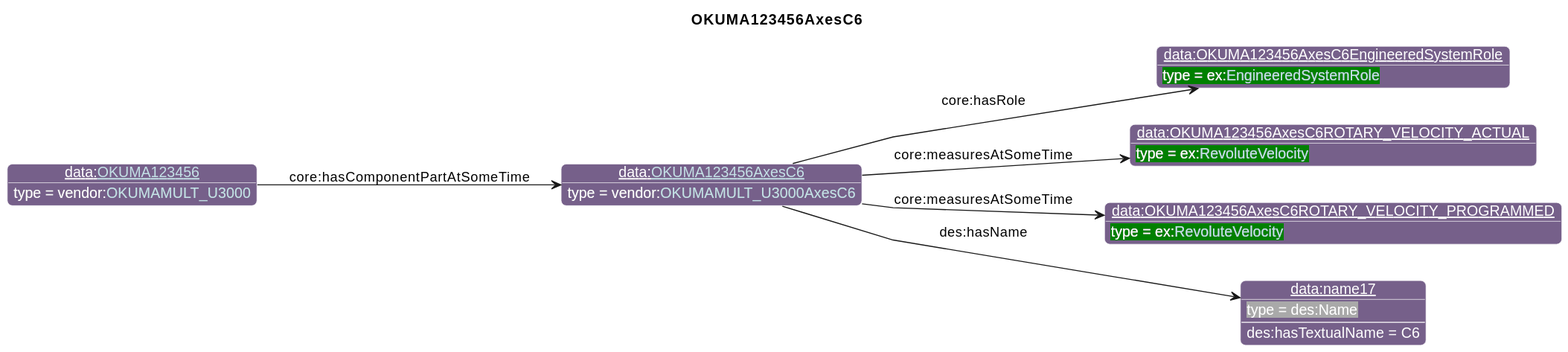
The PlantUML diagram diagrams/OKUMA123456AxesC6.svg in iofoundry/example-syseng-mtconnect, before a commit.
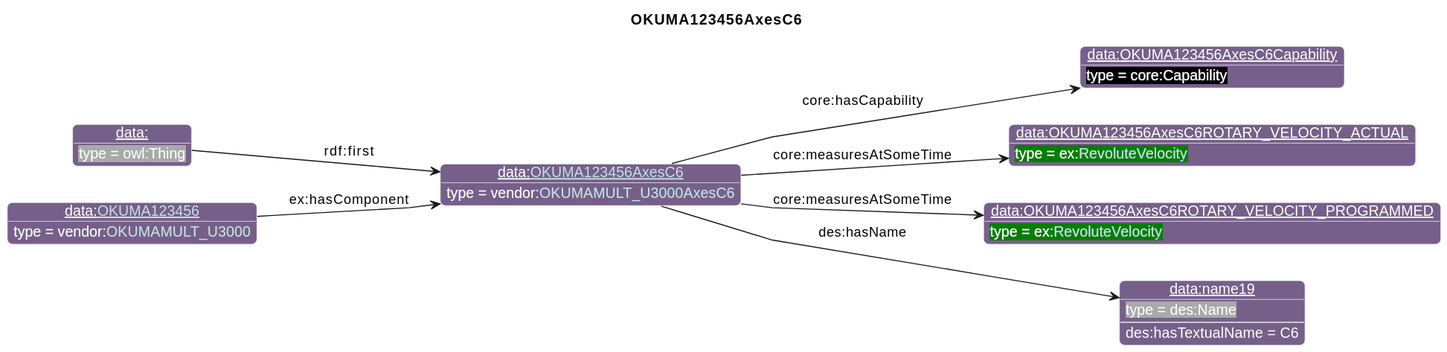
Above is the later version.

The edit, as a diff of the source:
```diff
@@ -26,15 +26,17 @@
                       "qp":"641B2E"
       }
 individual(o0, data:[[./OKUMA123456AxesC6.html OKUMA123456AxesC6]], vendor:[[../OKUMA.html#OKUMAMULT_U3000AxesC6 OKUMAMULT_U3000AxesC6]])
-individual(o1, data:OKUMA123456AxesC6EngineeredSystemRole, ex:[[../Example.html#EngineeredSystemRole EngineeredSystemRole]])
+individual(o1, data:OKUMA123456AxesC6Capability, core:Capability)
 individual(o2, data:OKUMA123456AxesC6ROTARY_VELOCITY_ACTUAL, ex:[[../Example.html#RevoluteVelocity RevoluteVelocity]])
 individual(o3, data:OKUMA123456AxesC6ROTARY_VELOCITY_PROGRAMMED, ex:[[../Example.html#RevoluteVelocity RevoluteVelocity]])
-individual(o4, data:name17, des:Name)
-individual(o5, data:[[./OKUMA123456.html OKUMA123456]], vendor:[[../OKUMA.html#OKUMAMULT_U3000 OKUMAMULT_U3000]])
-property(o0, "core:hasRole", o1)
+individual(o4, data:name19, des:Name)
+individual(o5, data:, owl:Thing)
+individual(o6, data:[[./OKUMA123456.html OKUMA123456]], vendor:[[../OKUMA.html#OKUMAMULT_U3000 OKUMAMULT_U3000]])
+property(o0, "core:hasCapability", o1)
 property(o0, "core:measuresAtSomeTime", o2)
 property(o0, "core:measuresAtSomeTime", o3)
 property(o0, "des:hasName", o4)
 data(o4, "des:hasTextualName", "C6")
-property(o5, "core:hasComponentPartAtSomeTime", o0)
+property(o5, "rdf:first", o0)
+property(o6, "ex:hasComponent", o0)
 @enduml
```
